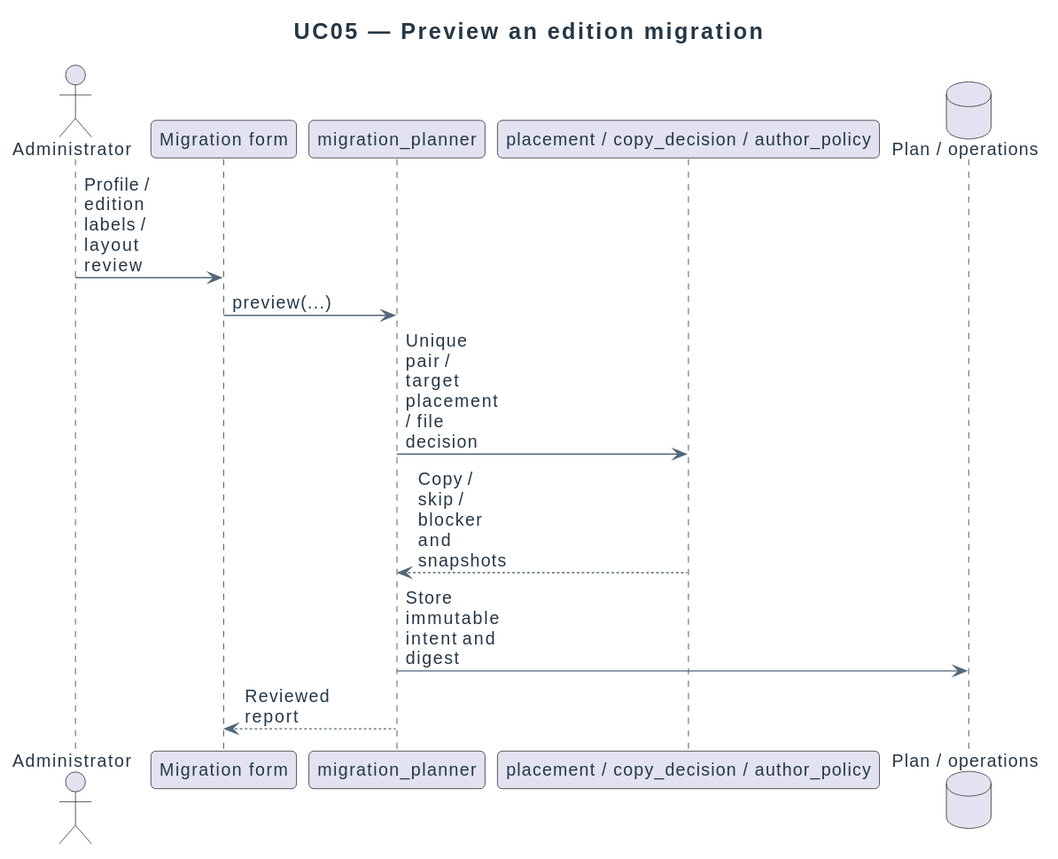
Above: docs/diagrams/design/sequences/uc05-preview-migration.svg in didactika/moodle-local_coursefiles (PlantUML), before the change. Source of this version:
```plantuml
@startuml
!include ../../_style.puml
title UC05 — Preview an edition migration
actor Administrator
participant "Migration form" as UI
participant migration_planner as Planner
participant "placement / copy_decision / author_policy" as Rules
database "Plan / operations" as DB
Administrator -> UI : Profile / edition labels / layout review
UI -> Planner : preview(...)
Planner -> Rules : Unique pair / target placement / file decision
Rules --> Planner : Copy / skip / blocker and snapshots
Planner -> DB : Store immutable intent and digest
Planner --> UI : Reviewed report
@enduml
```
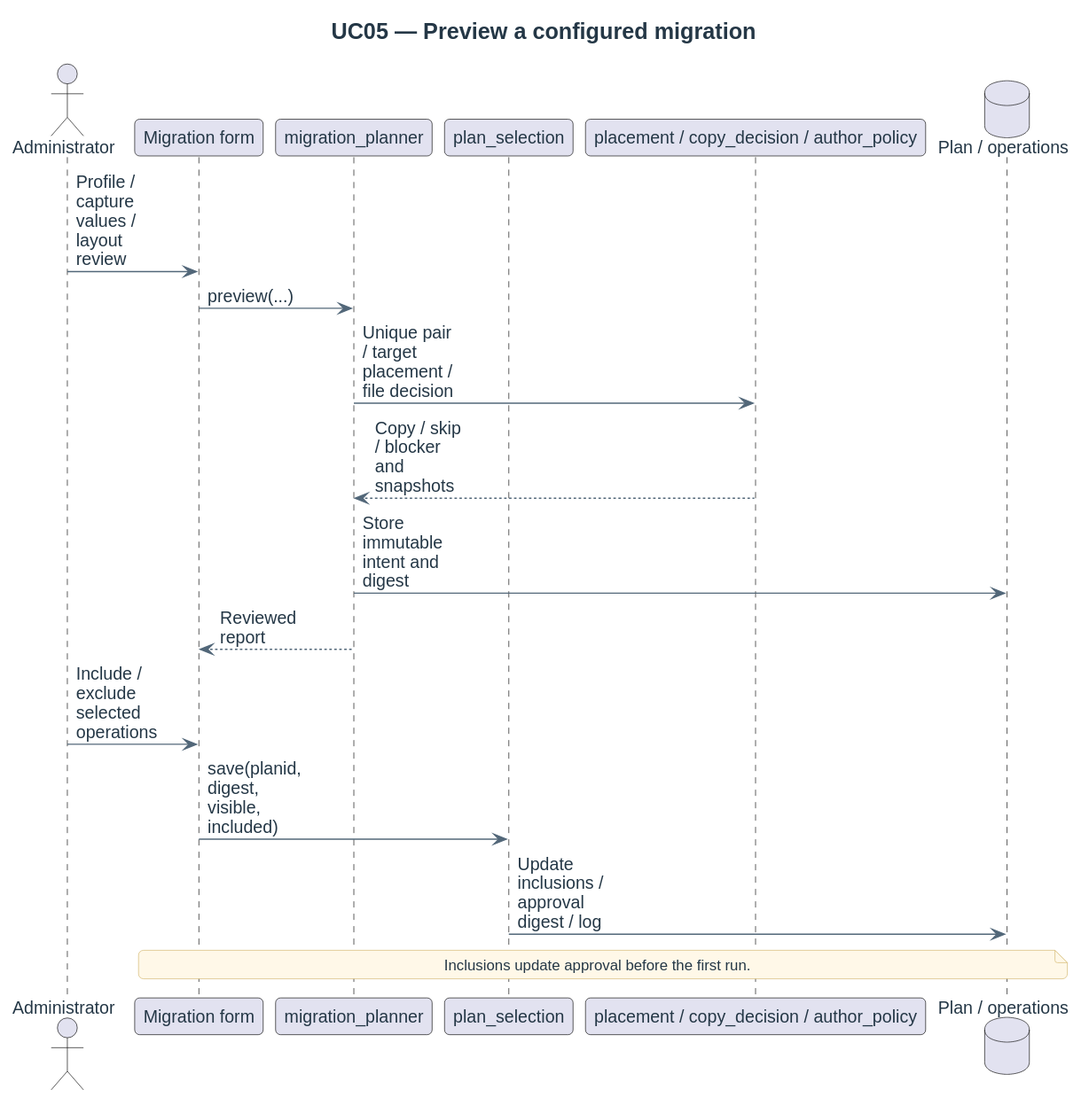
Above is the later version.

Diff of the diagram source:
```diff
@@ -1,15 +1,20 @@
 @startuml
 !include ../../_style.puml
-title UC05 — Preview an edition migration
+title UC05 — Preview a configured migration
 actor Administrator
 participant "Migration form" as UI
 participant migration_planner as Planner
+participant plan_selection as Selection
 participant "placement / copy_decision / author_policy" as Rules
 database "Plan / operations" as DB
-Administrator -> UI : Profile / edition labels / layout review
+Administrator -> UI : Profile / capture values / layout review
 UI -> Planner : preview(...)
 Planner -> Rules : Unique pair / target placement / file decision
 Rules --> Planner : Copy / skip / blocker and snapshots
 Planner -> DB : Store immutable intent and digest
 Planner --> UI : Reviewed report
+Administrator -> UI : Include / exclude selected operations
+UI -> Selection : save(planid, digest, visible, included)
+Selection -> DB : Update inclusions / approval digest / log
+note over UI, DB : Inclusions update approval before the first run.
 @enduml
```
